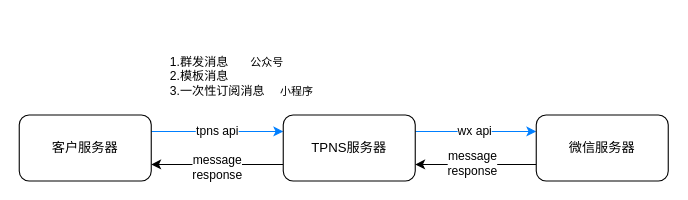
Before: 公众号小程序推送流程.drawio in muyanbiao/tpnsFlowChart, a draw.io diagram. Source tidied: cells renumbered, new cells numbered last; positions are measured from the earlier drawing's top-left corner, leaving out a move shared by most shapes. Both pictures are drawn from the tidied source at 110%, with x=0, y=0 at pixel (19, 48).
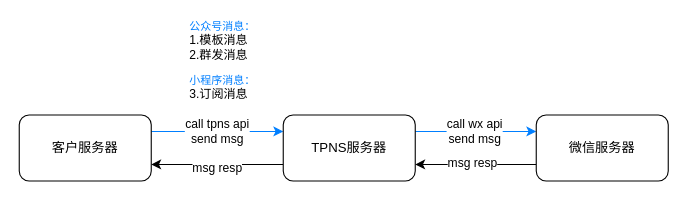
Above is the later version.

Commit message:
Update 公众号小程序推送流程.drawio

Change to the diagram source:
```diff
@@
 <mxGraphModel>
   <root>
     <mxCell id="0" />
     <mxCell id="1" parent="0" />
-    <mxCell id="2" value="&lt;div style=&quot;text-align: justify&quot;&gt;tpns api&lt;/div&gt;" style="edgeStyle=orthogonalEdgeStyle;rounded=0;jettySize=auto;html=1;align=center;exitX=1;exitY=0.25;exitDx=0;exitDy=0;entryX=0;entryY=0.25;entryDx=0;entryDy=0;strokeColor=#007FFF;" parent="1" edge="1" source="3" target="8">
+    <mxCell id="2" value="&lt;div&gt;call tpns api&lt;/div&gt;&lt;div&gt;send msg&lt;/div&gt;" style="edgeStyle=orthogonalEdgeStyle;rounded=0;jettySize=auto;html=1;align=center;exitX=1;exitY=0.25;exitDx=0;exitDy=0;entryX=0;entryY=0.25;entryDx=0;entryDy=0;strokeColor=#007FFF;" parent="1" edge="1" source="3" target="8">
       <mxGeometry relative="1" as="geometry" />
     </mxCell>
     <mxCell id="3" value="客户服务器" style="rounded=1;whiteSpace=wrap;html=1;" parent="1" vertex="1">
       <mxGeometry y="60" width="120" height="60" as="geometry" />
     </mxCell>
     <mxCell id="4" style="edgeStyle=orthogonalEdgeStyle;rounded=0;jettySize=auto;html=1;entryX=0;entryY=0.25;entryDx=0;entryDy=0;exitX=1;exitY=0.25;exitDx=0;exitDy=0;strokeColor=#007FFF;" parent="1" edge="1" source="8" target="11">
       <mxGeometry relative="1" as="geometry" />
     </mxCell>
-    <mxCell id="5" value="wx api" style="edgeLabel;html=1;align=center;verticalAlign=middle;" parent="4" vertex="1">
+    <mxCell id="5" value="call wx api&lt;br&gt;send msg" style="edgeLabel;html=1;align=center;verticalAlign=middle;" parent="4" vertex="1">
       <mxGeometry x="-0.03" y="1" relative="1" as="geometry" />
     </mxCell>
     <mxCell id="6" style="edgeStyle=orthogonalEdgeStyle;rounded=0;jettySize=auto;html=1;entryX=1;entryY=0.75;entryDx=0;entryDy=0;strokeColor=#000000;exitX=0;exitY=0.75;exitDx=0;exitDy=0;" parent="1" edge="1" source="8" target="3">
       <mxGeometry relative="1" as="geometry" />
     </mxCell>
-    <mxCell id="7" value="message&lt;br&gt;response" style="edgeLabel;html=1;align=center;verticalAlign=middle;" parent="6" vertex="1">
+    <mxCell id="7" value="msg resp" style="edgeLabel;html=1;align=center;verticalAlign=middle;" parent="6" vertex="1">
       <mxGeometry x="0.02" y="2" relative="1" as="geometry" />
     </mxCell>
     <mxCell id="8" value="TPNS服务器" style="rounded=1;whiteSpace=wrap;html=1;" parent="1" vertex="1">
       <mxGeometry x="240" y="60" width="120" height="60" as="geometry" />
     </mxCell>
     <mxCell id="9" style="edgeStyle=orthogonalEdgeStyle;rounded=0;jettySize=auto;html=1;strokeColor=#000000;exitX=0;exitY=0.75;exitDx=0;exitDy=0;entryX=1;entryY=0.75;entryDx=0;entryDy=0;" parent="1" edge="1" source="11" target="8">
       <mxGeometry relative="1" as="geometry" />
     </mxCell>
-    <mxCell id="10" value="message&lt;br&gt;response" style="edgeLabel;html=1;align=center;verticalAlign=middle;" parent="9" vertex="1">
+    <mxCell id="10" value="msg resp" style="edgeLabel;html=1;align=center;verticalAlign=middle;" parent="9" vertex="1">
       <mxGeometry x="0.08" y="-2" relative="1" as="geometry" />
     </mxCell>
     <mxCell id="11" value="微信服务器" style="rounded=1;whiteSpace=wrap;html=1;" parent="1" vertex="1">
       <mxGeometry x="470" y="60" width="120" height="60" as="geometry" />
     </mxCell>
-    <mxCell id="12" value="&lt;div style=&quot;font-size: 11px ; text-align: justify&quot;&gt;1.群发消息&lt;/div&gt;&lt;div style=&quot;font-size: 11px ; text-align: justify&quot;&gt;2.模板消息&lt;/div&gt;&lt;div style=&quot;font-size: 11px ; text-align: justify&quot;&gt;3.一次性订阅消息&lt;/div&gt;" style="text;html=1;align=center;verticalAlign=middle;strokeColor=none;fillColor=none;" parent="1" vertex="1">
-      <mxGeometry x="130" width="100" height="50" as="geometry" />
+    <mxCell id="12" value="&lt;div style=&quot;font-size: 11px ; text-align: justify&quot;&gt;&lt;br&gt;&lt;/div&gt;" style="text;html=1;align=center;verticalAlign=middle;strokeColor=none;fillColor=none;" parent="1" vertex="1">
+      <mxGeometry x="40" y="-7" width="20" height="20" as="geometry" />
     </mxCell>
-    <mxCell id="13" value="公众号" style="text;html=1;align=center;verticalAlign=middle;strokeColor=none;fillColor=none;fontSize=10;" parent="1" vertex="1">
-      <mxGeometry x="200" y="2" width="50" height="20" as="geometry" />
+    <mxCell id="13" value="&lt;font color=&quot;#007fff&quot;&gt;公众号消息：&lt;/font&gt;&lt;br&gt;&lt;div style=&quot;color: rgb(0 , 0 , 0) ; font-size: 11px&quot;&gt;1.模板消息&lt;/div&gt;&lt;div style=&quot;color: rgb(0 , 0 , 0) ; font-size: 11px&quot;&gt;2.群发消息&lt;/div&gt;" style="text;html=1;align=left;verticalAlign=middle;strokeColor=none;fillColor=none;fontSize=10;fontColor=#00FF00;" parent="1" vertex="1">
+      <mxGeometry x="153" y="-27" width="70" height="40" as="geometry" />
     </mxCell>
-    <mxCell id="14" value="小程序" style="text;html=1;align=center;verticalAlign=middle;strokeColor=none;fillColor=none;fontSize=10;" parent="1" vertex="1">
-      <mxGeometry x="227" y="28" width="50" height="20" as="geometry" />
+    <mxCell id="14" value="&lt;font color=&quot;#007fff&quot;&gt;小程序消息：&lt;/font&gt;&lt;br class=&quot;Apple-interchange-newline&quot;&gt;&lt;span style=&quot;color: rgb(0 , 0 , 0) ; font-size: 11px&quot;&gt;3.订阅消息&lt;/span&gt;" style="text;html=1;align=left;verticalAlign=middle;strokeColor=none;fillColor=none;fontSize=10;fontColor=#00FF00;" parent="1" vertex="1">
+      <mxGeometry x="153" y="20" width="80" height="30" as="geometry" />
     </mxCell>
   </root>
 </mxGraphModel>
```
